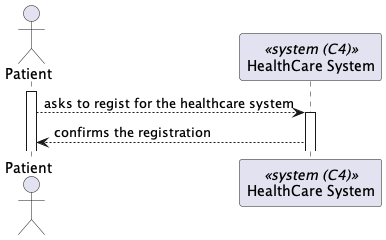
This is docs/StaffProfileUpdate/views/level1/process-view.png from Lapr5G21/sem5pi-24-25-3ddg21, a PlantUML export, as it was before one commit.
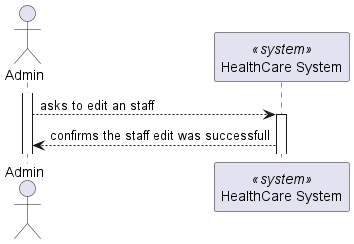
After the change.

Commit message:
Edit Staff Diagrams #13

Diff of the diagram source:
```diff
@@ -1,16 +1,15 @@
 @startuml
 
-actor Patient as "Patient"
-participant SYS as "HealthCare System" <<system (C4)>>
+actor Admin as "Admin"
+participant SYS as "HealthCare System" <<system>>
 
-activate Patient
+activate Admin
 
-Patient --> SYS : asks to regist for the healthcare system
-
+Admin --> SYS : asks to edit an staff
 
 activate SYS
 
-SYS --> Patient : confirms the registration
+SYS --> Admin : confirms the staff edit was successfull
 
 
 @enduml
```
